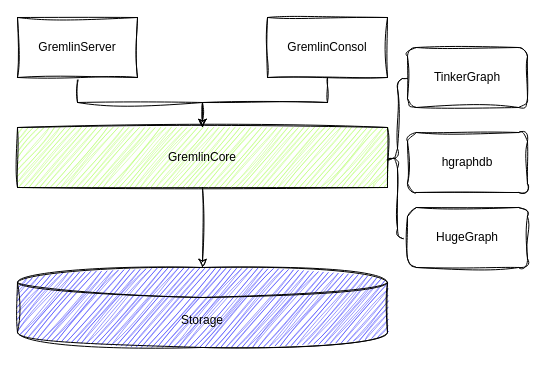
The draw.io diagram TinkerPopFramWork.drawio in JackyYangPassion/DrawSketch, before the edit. Source tidied: cells renumbered, new cells numbered last; positions are measured from the earlier drawing's top-left corner, leaving out a move shared by most shapes. Both pictures are drawn from the tidied source at 100%, with x=0, y=0 at pixel (17, 17).
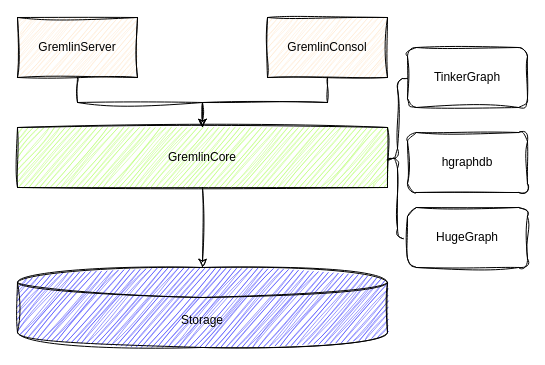
The same diagram, later.

What changed in the source:
```diff
@@
 <mxGraphModel>
   <root>
     <mxCell id="0" />
     <mxCell id="1" parent="0" />
     <mxCell id="2" style="edgeStyle=orthogonalEdgeStyle;rounded=0;jettySize=auto;html=1;sketch=1;curveFitting=1;jiggle=2;" parent="1" edge="1" source="3" target="7">
       <mxGeometry relative="1" as="geometry" />
     </mxCell>
-    <mxCell id="3" value="GremlinServer" style="rounded=0;whiteSpace=wrap;html=1;sketch=1;curveFitting=1;jiggle=2;" parent="1" vertex="1">
+    <mxCell id="3" value="GremlinServer" style="rounded=0;whiteSpace=wrap;html=1;sketch=1;curveFitting=1;jiggle=2;fillColor=#FFE6CC;" parent="1" vertex="1">
       <mxGeometry width="120" height="60" as="geometry" />
     </mxCell>
     <mxCell id="4" style="edgeStyle=orthogonalEdgeStyle;rounded=0;jettySize=auto;html=1;sketch=1;curveFitting=1;jiggle=2;" parent="1" edge="1" source="5" target="7">
       <mxGeometry relative="1" as="geometry" />
     </mxCell>
-    <mxCell id="5" value="GremlinConsol" style="rounded=0;whiteSpace=wrap;html=1;sketch=1;curveFitting=1;jiggle=2;" parent="1" vertex="1">
+    <mxCell id="5" value="GremlinConsol" style="rounded=0;whiteSpace=wrap;html=1;sketch=1;curveFitting=1;jiggle=2;fillColor=#FFE6CC;" parent="1" vertex="1">
       <mxGeometry x="250" width="120" height="60" as="geometry" />
     </mxCell>
     <mxCell id="6" style="edgeStyle=orthogonalEdgeStyle;rounded=0;jettySize=auto;html=1;sketch=1;curveFitting=1;jiggle=2;" parent="1" edge="1" source="7" target="8">
       <mxGeometry relative="1" as="geometry" />
     </mxCell>
     <mxCell id="7" value="GremlinCore" style="rounded=0;whiteSpace=wrap;html=1;sketch=1;curveFitting=1;jiggle=2;fillColor=#B3FF66;" parent="1" vertex="1">
       <mxGeometry y="110" width="370" height="60" as="geometry" />
     </mxCell>
     <mxCell id="8" value="Storage" style="shape=cylinder3;whiteSpace=wrap;html=1;boundedLbl=1;backgroundOutline=1;size=15;sketch=1;curveFitting=1;jiggle=2;fillColor=#3333FF;" parent="1" vertex="1">
       <mxGeometry y="250" width="370" height="80" as="geometry" />
     </mxCell>
     <mxCell id="9" style="shape=curlyBracket;whiteSpace=wrap;html=1;rounded=1;labelPosition=left;verticalLabelPosition=middle;align=right;verticalAlign=middle;sketch=1;curveFitting=1;jiggle=2;" parent="1" vertex="1">
       <mxGeometry x="370" y="61" width="20" height="160" as="geometry" />
     </mxCell>
     <mxCell id="10" value="TinkerGraph" style="rounded=1;whiteSpace=wrap;html=1;sketch=1;curveFitting=1;jiggle=2;" parent="1" vertex="1">
       <mxGeometry x="390" y="30" width="120" height="60" as="geometry" />
     </mxCell>
     <mxCell id="11" value="hgraphdb" style="rounded=1;whiteSpace=wrap;html=1;sketch=1;curveFitting=1;jiggle=2;" parent="1" vertex="1">
       <mxGeometry x="390" y="115" width="120" height="60" as="geometry" />
     </mxCell>
     <mxCell id="12" value="HugeGraph" style="rounded=1;whiteSpace=wrap;html=1;sketch=1;curveFitting=1;jiggle=2;" parent="1" vertex="1">
       <mxGeometry x="390" y="190" width="120" height="60" as="geometry" />
     </mxCell>
   </root>
 </mxGraphModel>
```
